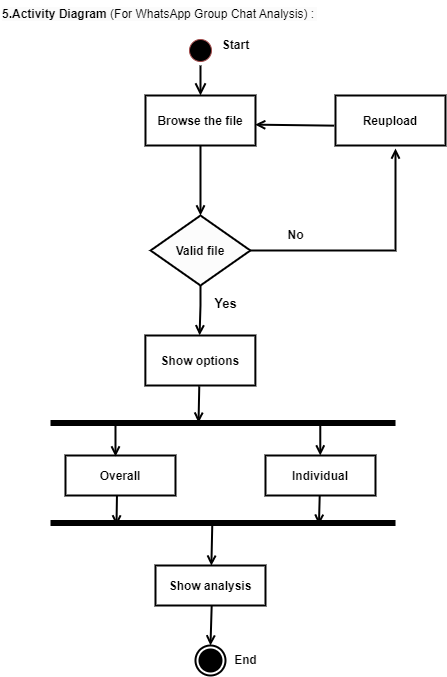
Above: 5.Activity Diagram.drawio.png in akashpagi/GITHUB (draw.io), before the change. Source tidied: cells renumbered, new cells last; positions are measured from the earlier drawing's top-left corner, leaving out a move shared by most shapes.
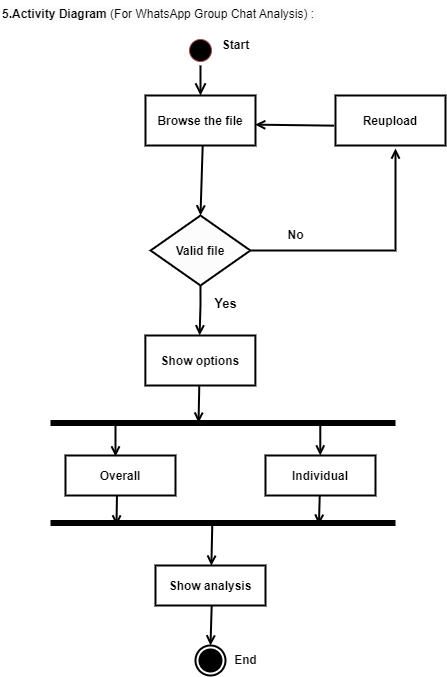
After the change.

Diff of the diagram source:
```diff
@@ -18,7 +18,7 @@
     <mxCell id="5" value="Show options" style="strokeWidth=2;fontStyle=1;" parent="1" vertex="1">
       <mxGeometry x="144.9" y="377" width="110" height="50" as="geometry" />
     </mxCell>
-    <mxCell id="6" style="endArrow=open;strokeColor=#000000;endFill=1;rounded=0;strokeWidth=2;" parent="1" edge="1" source="4">
+    <mxCell id="6" style="endArrow=open;strokeColor=#000000;endFill=1;rounded=0;strokeWidth=2;exitX=0.52;exitY=1.002;exitDx=0;exitDy=0;exitPerimeter=0;" parent="1" edge="1" source="4">
       <mxGeometry relative="1" as="geometry">
         <mxPoint x="200" y="257" as="targetPoint" />
       </mxGeometry>
```
